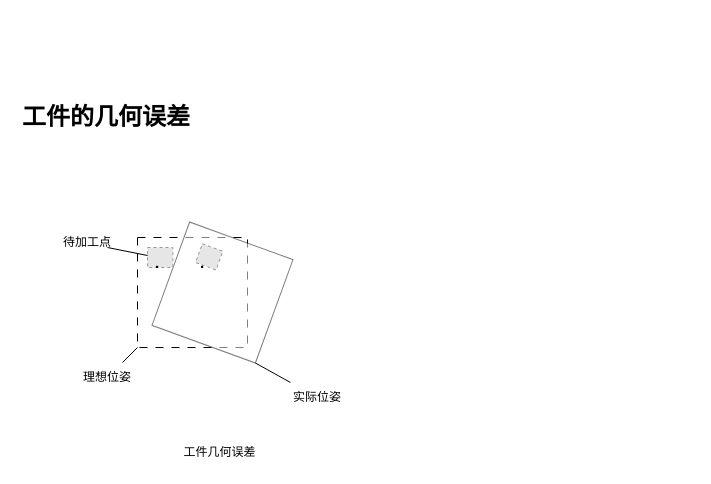
This is 几何误差.drawio from wjaswdd/draw.io, a draw.io file, before an edit. Source tidied: cells renumbered, new cells numbered last; positions are measured from the earlier drawing's top-left corner, leaving out a move shared by most shapes. Both pictures are drawn from the tidied source at 100%, with x=0, y=0 at pixel (17, 97). Pictures stored in the file or linked from it are replaced by grey dashed boxes.
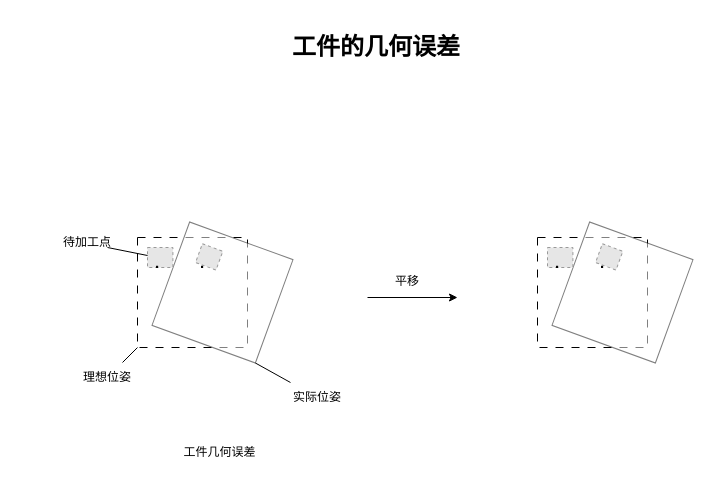
Above is the later version.

Commit message (it also covers changes not shown here):
更新几何误差.drawio

Diff of the diagram source:
```diff
@@
     <mxCell id="11" value="&lt;h1&gt;工件的几何误差&lt;/h1&gt;&lt;div&gt;&lt;br&gt;&lt;/div&gt;" style="text;html=1;strokeColor=none;fillColor=none;spacing=5;spacingTop=-20;whiteSpace=wrap;overflow=hidden;rounded=0;" parent="1" vertex="1">
-      <mxGeometry width="190" height="120" as="geometry" />
+      <mxGeometry x="270" y="-70" width="190" height="120" as="geometry" />
     </mxCell>
@@
+    <mxCell id="16" style="endArrow=classic;html=1;rounded=0;" parent="1" edge="1">
+      <mxGeometry relative="1" as="geometry">
+        <mxPoint x="350" y="200" as="sourcePoint" />
+        <mxPoint x="440" y="200" as="targetPoint" />
+      </mxGeometry>
+    </mxCell>
+    <mxCell id="17" value="平移" style="text;html=1;strokeColor=none;fillColor=none;align=center;verticalAlign=middle;whiteSpace=wrap;rounded=0;" parent="1" vertex="1">
+      <mxGeometry x="360" y="169" width="60" height="30" as="geometry" />
+    </mxCell>
+    <mxCell id="18" style="rounded=0;whiteSpace=wrap;html=1;rotation=0;dashed=1;dashPattern=8 8;" parent="1" vertex="1">
+      <mxGeometry x="520" y="140" width="110" height="110" as="geometry" />
+    </mxCell>
+    <mxCell id="19" style="rounded=0;whiteSpace=wrap;html=1;rotation=20;opacity=50;" parent="1" vertex="1">
+      <mxGeometry x="550" y="140" width="110" height="110" as="geometry" />
+    </mxCell>
+    <mxCell id="20" style="fillColor=#E6E6E6;strokeColor=#999999;dashed=1;verticalLabelPosition=bottom;labelBackgroundColor=default;verticalAlign=top;" parent="1" vertex="1">
+      <mxGeometry x="530" y="150" width="25.4" height="20" as="geometry" />
+    </mxCell>
+    <mxCell id="21" style="fillColor=#E6E6E6;strokeColor=#999999;dashed=1;verticalLabelPosition=bottom;labelBackgroundColor=default;verticalAlign=top;rotation=20;" parent="1" vertex="1">
+      <mxGeometry x="580.8" y="149.4" width="21.8" height="20" as="geometry" />
+    </mxCell>
+    <mxCell id="22" value="&lt;font style=&quot;font-size: 15px;&quot;&gt;&lt;b&gt;.&lt;/b&gt;&lt;/font&gt;" style="text;html=1;strokeColor=none;fillColor=none;align=center;verticalAlign=middle;whiteSpace=wrap;rounded=0;" parent="1" vertex="1">
+      <mxGeometry x="525.4" y="150" width="30" height="30" as="geometry" />
+    </mxCell>
+    <mxCell id="23" value="&lt;font style=&quot;font-size: 15px;&quot;&gt;&lt;b&gt;.&lt;/b&gt;&lt;/font&gt;" style="text;html=1;strokeColor=none;fillColor=none;align=center;verticalAlign=middle;whiteSpace=wrap;rounded=0;" parent="1" vertex="1">
+      <mxGeometry x="570" y="150" width="30" height="30" as="geometry" />
+    </mxCell>
```
